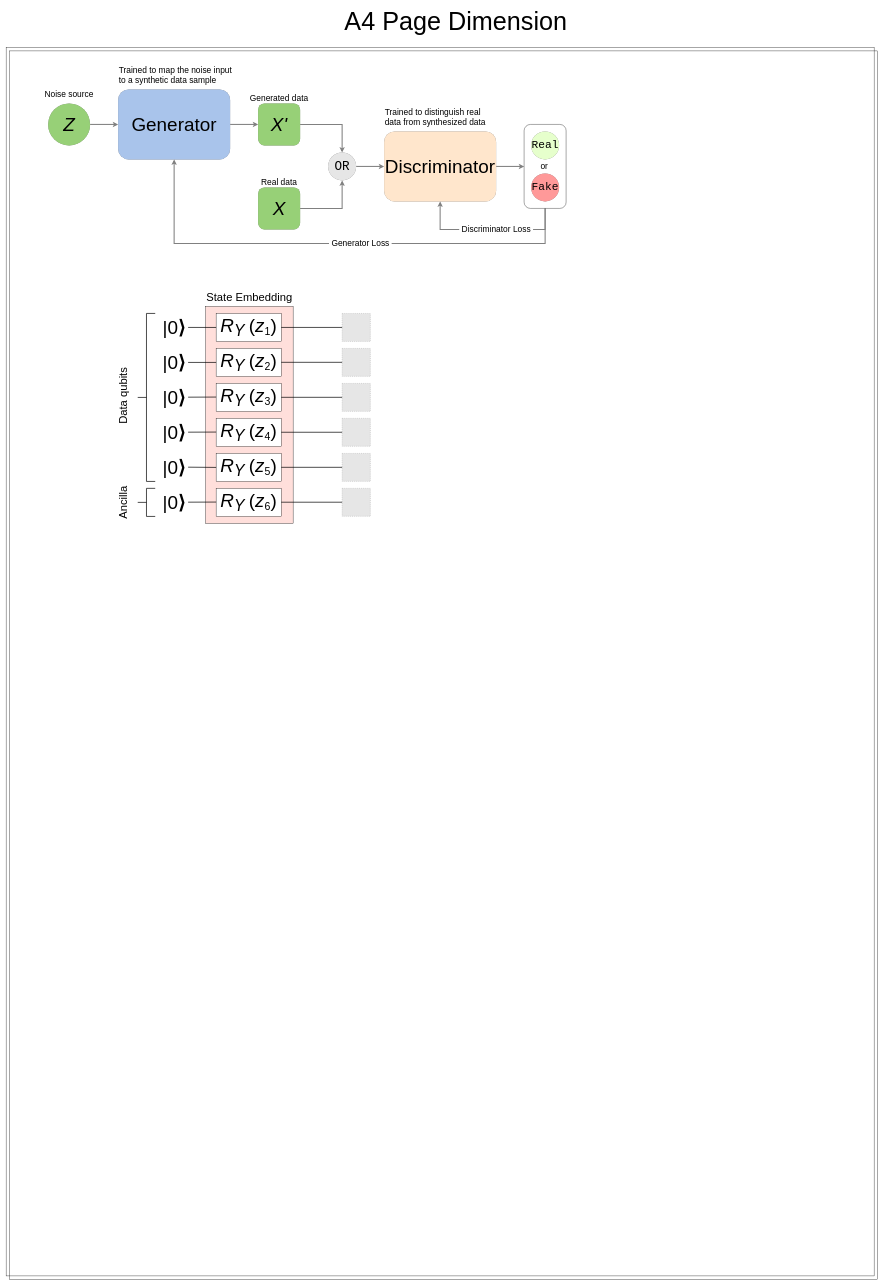
Above: Thesis_General_Plots.drawio in BiancaMass/Diagrams (draw.io), before the change. Source tidied: cells renumbered, new cells numbered last; positions are measured from the earlier drawing's top-left corner, leaving out a move shared by most shapes. Both pictures are drawn from the tidied source at 35%, with x=0, y=0 at pixel (6, 16). Pictures stored in the file or linked from it are replaced by grey dashed boxes.
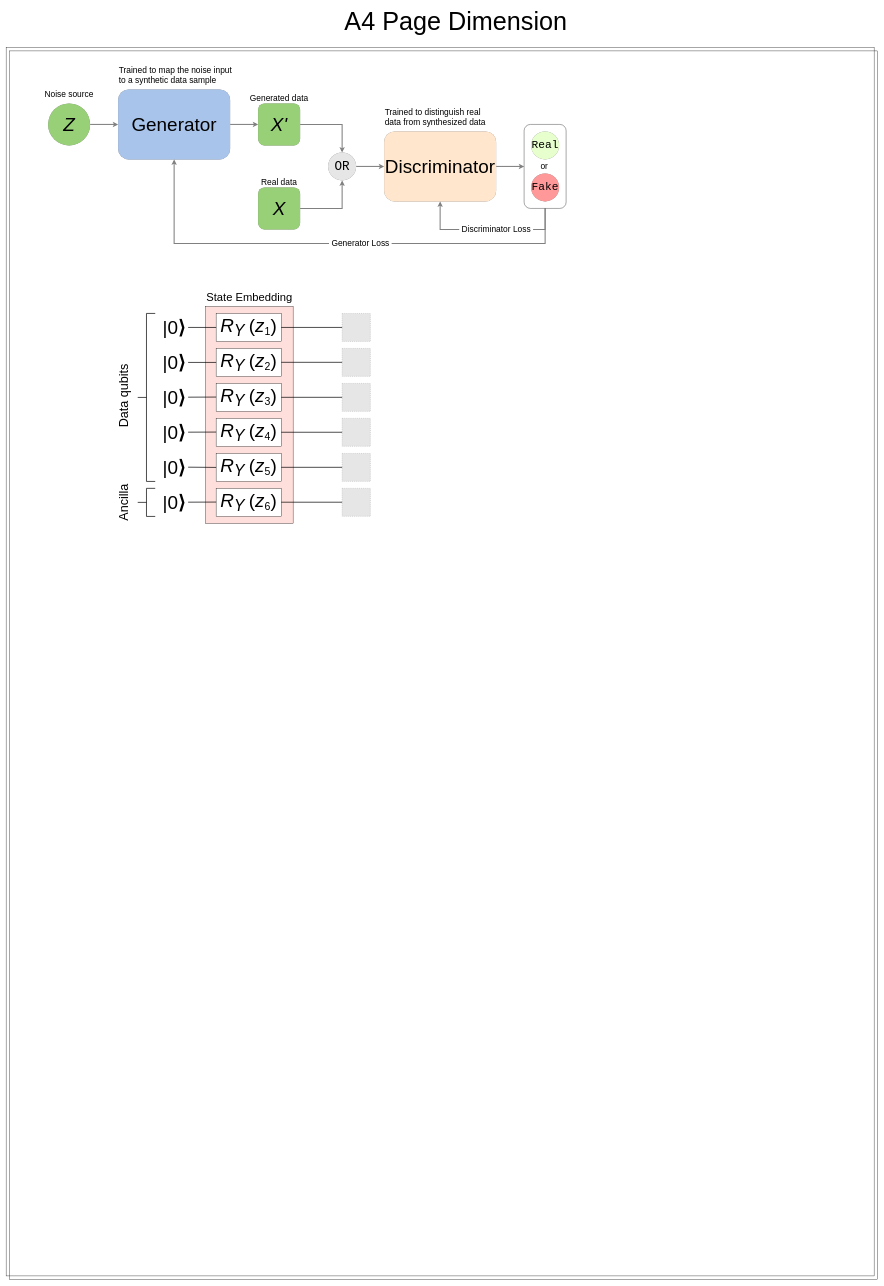
The same page after the edit.

Change to the diagram source:
```diff
@@
-    <mxCell id="63" value="&lt;font face=&quot;Helvetica&quot; style=&quot;font-size: 32px;&quot;&gt;Data qubits&lt;/font&gt;" style="text;html=1;align=center;verticalAlign=middle;whiteSpace=wrap;rounded=0;rotation=-90;" parent="1" vertex="1">
+    <mxCell id="63" value="&lt;font face=&quot;Helvetica&quot; style=&quot;font-size: 36px;&quot;&gt;Data qubits&lt;/font&gt;" style="text;html=1;align=center;verticalAlign=middle;whiteSpace=wrap;rounded=0;rotation=-90;" parent="1" vertex="1">
       <mxGeometry x="205" y="1070" width="260" height="30" as="geometry" />
     </mxCell>
-    <mxCell id="64" value="&lt;font face=&quot;Helvetica&quot; style=&quot;font-size: 32px;&quot;&gt;Ancilla&lt;/font&gt;" style="text;html=1;align=center;verticalAlign=middle;whiteSpace=wrap;rounded=0;rotation=-90;" parent="1" vertex="1">
+    <mxCell id="64" value="&lt;font face=&quot;Helvetica&quot; style=&quot;font-size: 36px;&quot;&gt;Ancilla&lt;/font&gt;" style="text;html=1;align=center;verticalAlign=middle;whiteSpace=wrap;rounded=0;rotation=-90;" parent="1" vertex="1">
       <mxGeometry x="250" y="1374.9" width="170" height="30" as="geometry" />
     </mxCell>
```
